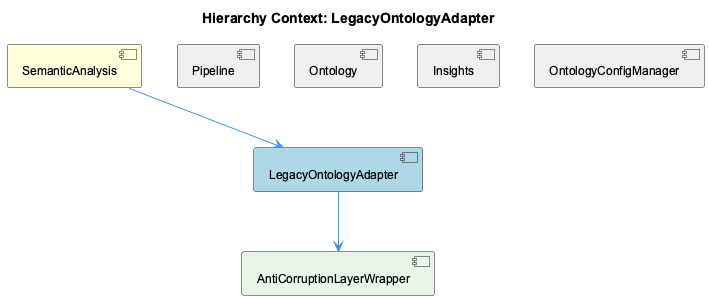
Before: knowledge-management/insights/images/legacy-ontology-adapter-relationship.png, a diagram exported from PlantUML (fwornle/coding). Its diagram source:
```plantuml
@startuml
!include _standard-style.puml

title Hierarchy Context: LegacyOntologyAdapter

[SemanticAnalysis] as semantic_analysis #FFFFDD
[LegacyOntologyAdapter] as legacy_ontology_adapter #LightBlue
[Pipeline] as pipeline #F0F0F0
[Ontology] as ontology #F0F0F0
[Insights] as insights #F0F0F0
[OntologyConfigManager] as ontology_config_manager #F0F0F0
[AntiCorruptionLayerWrapper] as anti_corruption_layer_wrapper #E8F5E8

semantic_analysis --> legacy_ontology_adapter
pipeline -[hidden]- legacy_ontology_adapter
ontology -[hidden]- legacy_ontology_adapter
insights -[hidden]- legacy_ontology_adapter
ontology_config_manager -[hidden]- legacy_ontology_adapter
legacy_ontology_adapter --> anti_corruption_layer_wrapper

@enduml
```
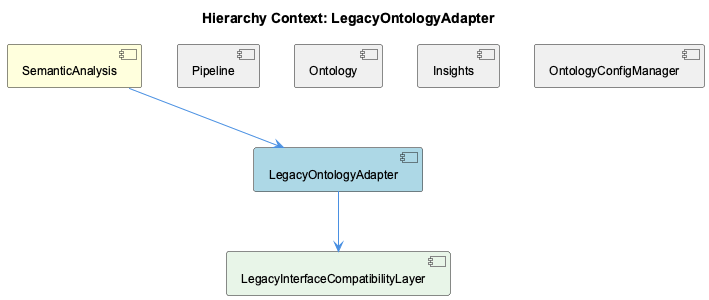
After the commit.

Diff of the diagram source:
```diff
@@ -9,13 +9,13 @@
 [Ontology] as ontology #F0F0F0
 [Insights] as insights #F0F0F0
 [OntologyConfigManager] as ontology_config_manager #F0F0F0
-[AntiCorruptionLayerWrapper] as anti_corruption_layer_wrapper #E8F5E8
+[LegacyInterfaceCompatibilityLayer] as legacy_interface_compatibility_layer #E8F5E8
 
 semantic_analysis --> legacy_ontology_adapter
 pipeline -[hidden]- legacy_ontology_adapter
 ontology -[hidden]- legacy_ontology_adapter
 insights -[hidden]- legacy_ontology_adapter
 ontology_config_manager -[hidden]- legacy_ontology_adapter
-legacy_ontology_adapter --> anti_corruption_layer_wrapper
+legacy_ontology_adapter --> legacy_interface_compatibility_layer
 
 @enduml
```
